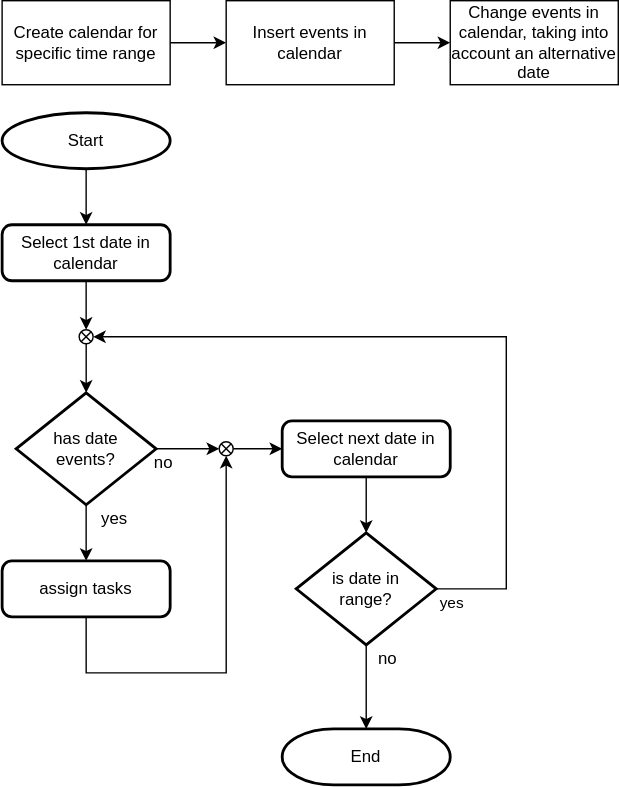
Above: docs/data_structure.drawio.svg in m7b/tasketor (draw.io), before the change. Source tidied: cells renumbered, new cells last; positions are measured from the earlier drawing's top-left corner, leaving out a move shared by most shapes.
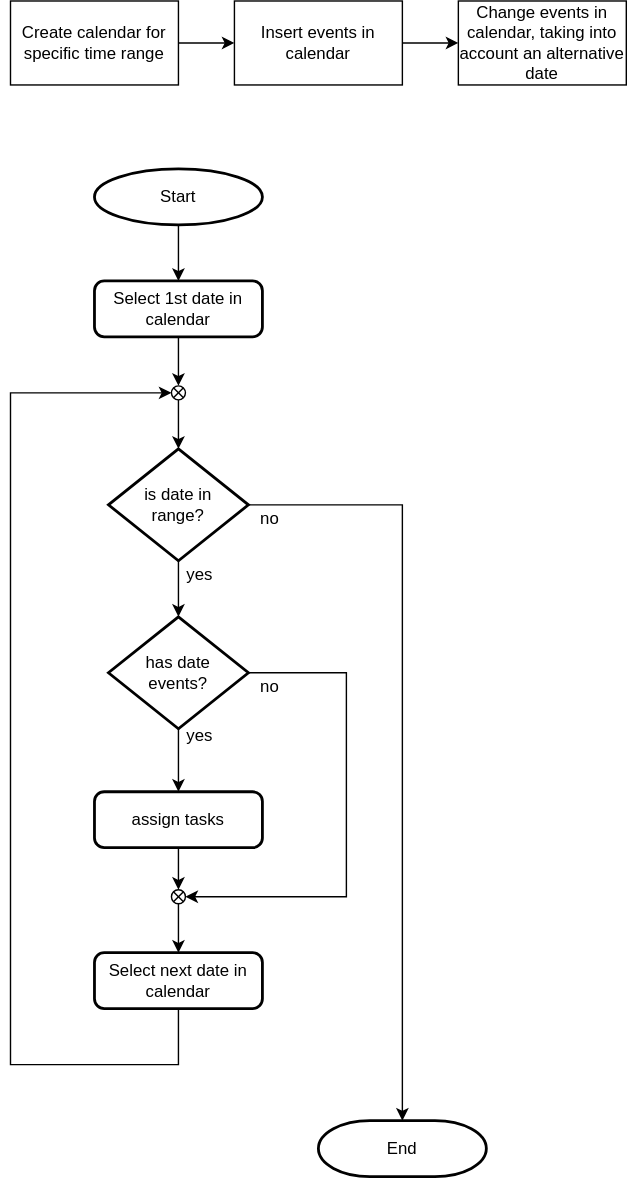
Later version of the same file.

The edit, as a diff of the source:
```diff
@@ -21,84 +21,81 @@
       <mxGeometry relative="1" as="geometry" />
     </mxCell>
     <mxCell id="8" value="Start" style="strokeWidth=2;html=1;shape=mxgraph.flowchart.start_1;whiteSpace=wrap;" parent="1" vertex="1">
-      <mxGeometry y="80" width="120" height="40" as="geometry" />
+      <mxGeometry x="60" y="120" width="120" height="40" as="geometry" />
     </mxCell>
-    <mxCell id="9" style="edgeStyle=orthogonalEdgeStyle;rounded=0;jettySize=auto;html=1;startArrow=none;" parent="1" edge="1" target="13">
-      <mxGeometry relative="1" as="geometry">
-        <mxPoint x="60" y="360" as="sourcePoint" />
-      </mxGeometry>
+    <mxCell id="9" style="edgeStyle=orthogonalEdgeStyle;rounded=0;jettySize=auto;html=1;startArrow=none;exitX=0.5;exitY=1;exitDx=0;exitDy=0;exitPerimeter=0;" parent="1" edge="1" source="15" target="13">
+      <mxGeometry relative="1" as="geometry" />
     </mxCell>
     <mxCell id="10" style="edgeStyle=orthogonalEdgeStyle;rounded=0;jettySize=auto;html=1;exitX=0.5;exitY=1;exitDx=0;exitDy=0;entryX=0.5;entryY=0;entryDx=0;entryDy=0;entryPerimeter=0;" parent="1" edge="1" source="11" target="19">
       <mxGeometry relative="1" as="geometry" />
     </mxCell>
     <mxCell id="11" value="Select 1st date in calendar" style="rounded=1;whiteSpace=wrap;html=1;absoluteArcSize=1;arcSize=14;strokeWidth=2;" parent="1" vertex="1">
-      <mxGeometry y="160" width="120" height="40" as="geometry" />
+      <mxGeometry x="60" y="200" width="120" height="40" as="geometry" />
     </mxCell>
-    <mxCell id="12" style="edgeStyle=orthogonalEdgeStyle;rounded=0;jettySize=auto;html=1;exitX=0.5;exitY=1;exitDx=0;exitDy=0;entryX=0.5;entryY=1;entryDx=0;entryDy=0;entryPerimeter=0;" parent="1" edge="1" source="13" target="28">
-      <mxGeometry relative="1" as="geometry">
-        <Array as="points">
-          <mxPoint x="60" y="480" />
-          <mxPoint x="160" y="480" />
-        </Array>
-      </mxGeometry>
+    <mxCell id="12" style="edgeStyle=orthogonalEdgeStyle;rounded=0;jettySize=auto;html=1;" parent="1" edge="1" source="13" target="28">
+      <mxGeometry relative="1" as="geometry" />
     </mxCell>
     <mxCell id="13" value="assign tasks" style="rounded=1;whiteSpace=wrap;html=1;absoluteArcSize=1;arcSize=14;strokeWidth=2;" parent="1" vertex="1">
-      <mxGeometry y="400" width="120" height="40" as="geometry" />
+      <mxGeometry x="60" y="565" width="120" height="40" as="geometry" />
     </mxCell>
-    <mxCell id="14" style="edgeStyle=orthogonalEdgeStyle;rounded=0;jettySize=auto;html=1;" parent="1" edge="1" source="15" target="28">
-      <mxGeometry relative="1" as="geometry" />
+    <mxCell id="14" style="edgeStyle=orthogonalEdgeStyle;rounded=0;jettySize=auto;html=1;exitX=1;exitY=0.5;exitDx=0;exitDy=0;exitPerimeter=0;entryX=1;entryY=0.5;entryDx=0;entryDy=0;entryPerimeter=0;" parent="1" edge="1" source="15" target="28">
+      <mxGeometry relative="1" as="geometry">
+        <Array as="points">
+          <mxPoint x="240" y="480" />
+          <mxPoint x="240" y="640" />
+        </Array>
+      </mxGeometry>
     </mxCell>
     <mxCell id="15" value="&lt;div&gt;has date&lt;/div&gt;&lt;div&gt;events?&lt;/div&gt;" style="strokeWidth=2;html=1;shape=mxgraph.flowchart.decision;whiteSpace=wrap;" parent="1" vertex="1">
-      <mxGeometry x="10" y="280" width="100" height="80" as="geometry" />
+      <mxGeometry x="70" y="440" width="100" height="80" as="geometry" />
     </mxCell>
-    <mxCell id="16" style="edgeStyle=orthogonalEdgeStyle;rounded=0;jettySize=auto;html=1;" parent="1" edge="1" source="17" target="23">
-      <mxGeometry relative="1" as="geometry" />
-    </mxCell>
+    <mxCell id="30" style="edgeStyle=orthogonalEdgeStyle;rounded=0;jettySize=auto;html=1;exitX=0.5;exitY=1;exitDx=0;exitDy=0;entryX=0;entryY=0.5;entryDx=0;entryDy=0;entryPerimeter=0;" parent="1" edge="1" source="17" target="19">
+      <mxGeometry relative="1" as="geometry">
+        <Array as="points">
+          <mxPoint x="120" y="760" />
+          <mxPoint y="760" />
+          <mxPoint y="280" />
+        </Array>
+      </mxGeometry>
+    </mxCell>
     <mxCell id="17" value="Select next date in calendar" style="rounded=1;whiteSpace=wrap;html=1;absoluteArcSize=1;arcSize=14;strokeWidth=2;" parent="1" vertex="1">
-      <mxGeometry x="200" y="300" width="120" height="40" as="geometry" />
+      <mxGeometry x="60" y="680" width="120" height="40" as="geometry" />
     </mxCell>
-    <mxCell id="18" style="edgeStyle=orthogonalEdgeStyle;rounded=0;jettySize=auto;html=1;" parent="1" edge="1" source="19" target="15">
-      <mxGeometry relative="1" as="geometry" />
-    </mxCell>
+    <mxCell id="31" style="edgeStyle=orthogonalEdgeStyle;rounded=0;jettySize=auto;html=1;" parent="1" edge="1" source="19" target="23">
+      <mxGeometry relative="1" as="geometry" />
+    </mxCell>
     <mxCell id="19" style="verticalLabelPosition=bottom;verticalAlign=top;html=1;shape=mxgraph.flowchart.or;" parent="1" vertex="1">
-      <mxGeometry x="55" y="235" width="10" height="10" as="geometry" />
+      <mxGeometry x="115" y="275" width="10" height="10" as="geometry" />
     </mxCell>
-    <mxCell id="20" style="edgeStyle=orthogonalEdgeStyle;rounded=0;jettySize=auto;html=1;exitX=1;exitY=0.5;exitDx=0;exitDy=0;exitPerimeter=0;entryX=1;entryY=0.5;entryDx=0;entryDy=0;entryPerimeter=0;" parent="1" edge="1" source="23" target="19">
-      <mxGeometry relative="1" as="geometry">
-        <Array as="points">
-          <mxPoint x="360" y="420" />
-          <mxPoint x="360" y="240" />
-        </Array>
-      </mxGeometry>
-    </mxCell>
-    <mxCell id="21" value="yes" style="edgeLabel;html=1;align=center;verticalAlign=middle;" parent="20" vertex="1">
-      <mxGeometry x="-0.96" y="-1" relative="1" as="geometry">
-        <mxPoint x="-1" y="9" as="offset" />
-      </mxGeometry>
-    </mxCell>
-    <mxCell id="22" style="edgeStyle=orthogonalEdgeStyle;rounded=0;jettySize=auto;html=1;" parent="1" edge="1" source="23" target="26">
+    <mxCell id="22" style="edgeStyle=orthogonalEdgeStyle;rounded=0;jettySize=auto;html=1;exitX=1;exitY=0.5;exitDx=0;exitDy=0;exitPerimeter=0;entryX=0.5;entryY=0;entryDx=0;entryDy=0;entryPerimeter=0;" parent="1" edge="1" source="23" target="26">
       <mxGeometry relative="1" as="geometry" />
     </mxCell>
+    <mxCell id="32" style="edgeStyle=orthogonalEdgeStyle;rounded=0;jettySize=auto;html=1;" parent="1" edge="1" source="23" target="15">
+      <mxGeometry relative="1" as="geometry" />
+    </mxCell>
     <mxCell id="23" value="&lt;div&gt;is date in&lt;/div&gt;&lt;div&gt;range?&lt;/div&gt;" style="strokeWidth=2;html=1;shape=mxgraph.flowchart.decision;whiteSpace=wrap;" parent="1" vertex="1">
-      <mxGeometry x="210" y="380" width="100" height="80" as="geometry" />
+      <mxGeometry x="70" y="320" width="100" height="80" as="geometry" />
     </mxCell>
     <mxCell id="24" value="no" style="text;html=1;align=center;verticalAlign=middle;strokeColor=none;fillColor=none;" parent="1" vertex="1">
-      <mxGeometry x="100" y="320" width="30" height="20" as="geometry" />
+      <mxGeometry x="170" y="480" width="30" height="20" as="geometry" />
     </mxCell>
-    <mxCell id="25" value="yes" style="text;html=1;align=center;verticalAlign=middle;strokeColor=none;fillColor=none;" parent="1" vertex="1">
-      <mxGeometry x="65" y="360" width="30" height="20" as="geometry" />
-    </mxCell>
     <mxCell id="26" value="End" style="strokeWidth=2;html=1;shape=mxgraph.flowchart.terminator;whiteSpace=wrap;" parent="1" vertex="1">
-      <mxGeometry x="200" y="520" width="120" height="40" as="geometry" />
+      <mxGeometry x="220" y="800" width="120" height="40" as="geometry" />
     </mxCell>
     <mxCell id="27" style="edgeStyle=orthogonalEdgeStyle;rounded=0;jettySize=auto;html=1;" parent="1" edge="1" source="28" target="17">
       <mxGeometry relative="1" as="geometry" />
     </mxCell>
     <mxCell id="28" style="verticalLabelPosition=bottom;verticalAlign=top;html=1;shape=mxgraph.flowchart.or;" parent="1" vertex="1">
-      <mxGeometry x="155" y="315" width="10" height="10" as="geometry" />
+      <mxGeometry x="115" y="635" width="10" height="10" as="geometry" />
     </mxCell>
     <mxCell id="29" value="no" style="text;html=1;align=center;verticalAlign=middle;strokeColor=none;fillColor=none;" parent="1" vertex="1">
-      <mxGeometry x="260" y="460" width="30" height="20" as="geometry" />
+      <mxGeometry x="170" y="360" width="30" height="20" as="geometry" />
     </mxCell>
+    <mxCell id="33" value="yes" style="text;html=1;align=center;verticalAlign=middle;strokeColor=none;fillColor=none;" parent="1" vertex="1">
+      <mxGeometry x="115" y="395" width="40" height="30" as="geometry" />
+    </mxCell>
+    <mxCell id="34" value="yes" style="text;html=1;align=center;verticalAlign=middle;strokeColor=none;fillColor=none;" parent="1" vertex="1">
+      <mxGeometry x="115" y="510" width="40" height="30" as="geometry" />
+    </mxCell>
   </root>
 </mxGraphModel>
```
